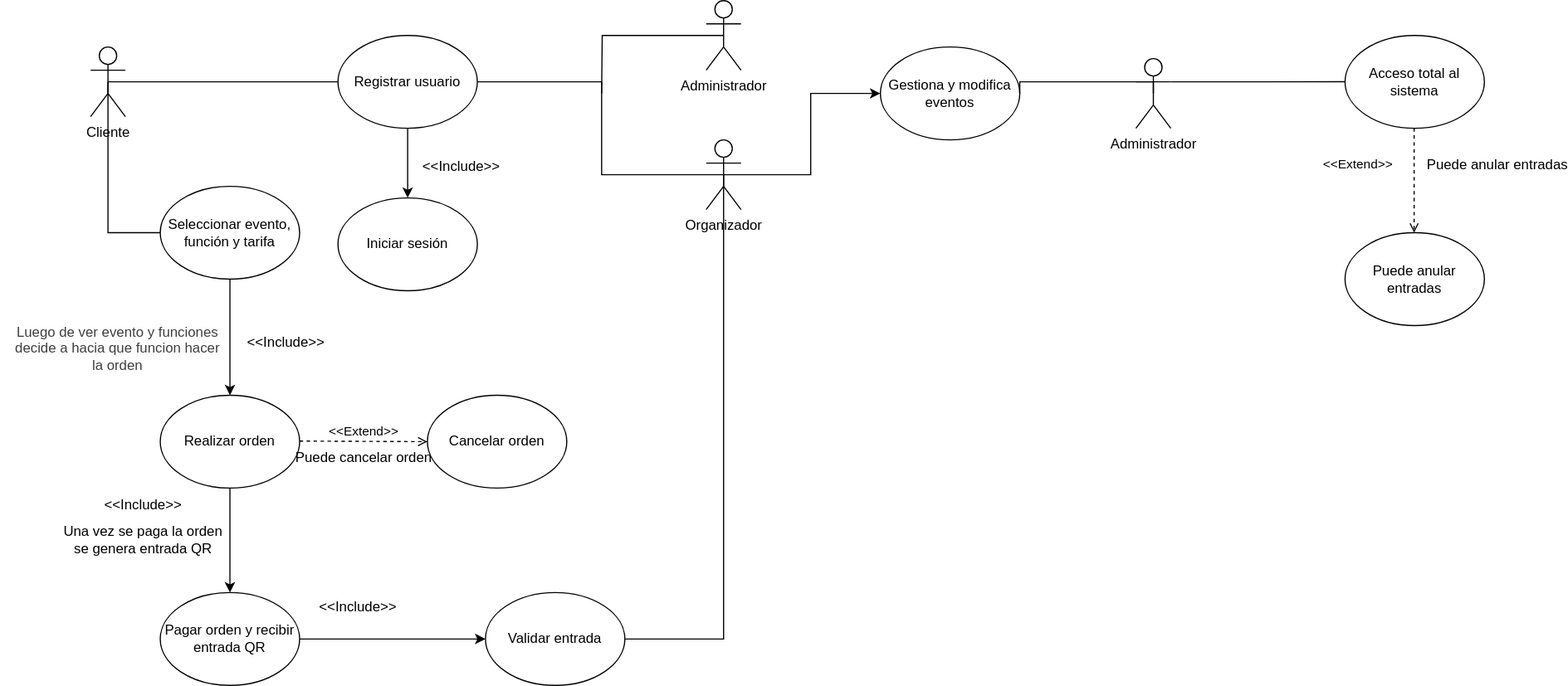
Earlier version of the draw.io export Proyecto/Doc/CasosDeUso.drawio.svg (MonkiCapo/AplicacionQR). Source tidied: cells renumbered, new cells last; positions are measured from the earlier drawing's top-left corner, leaving out a move shared by most shapes.
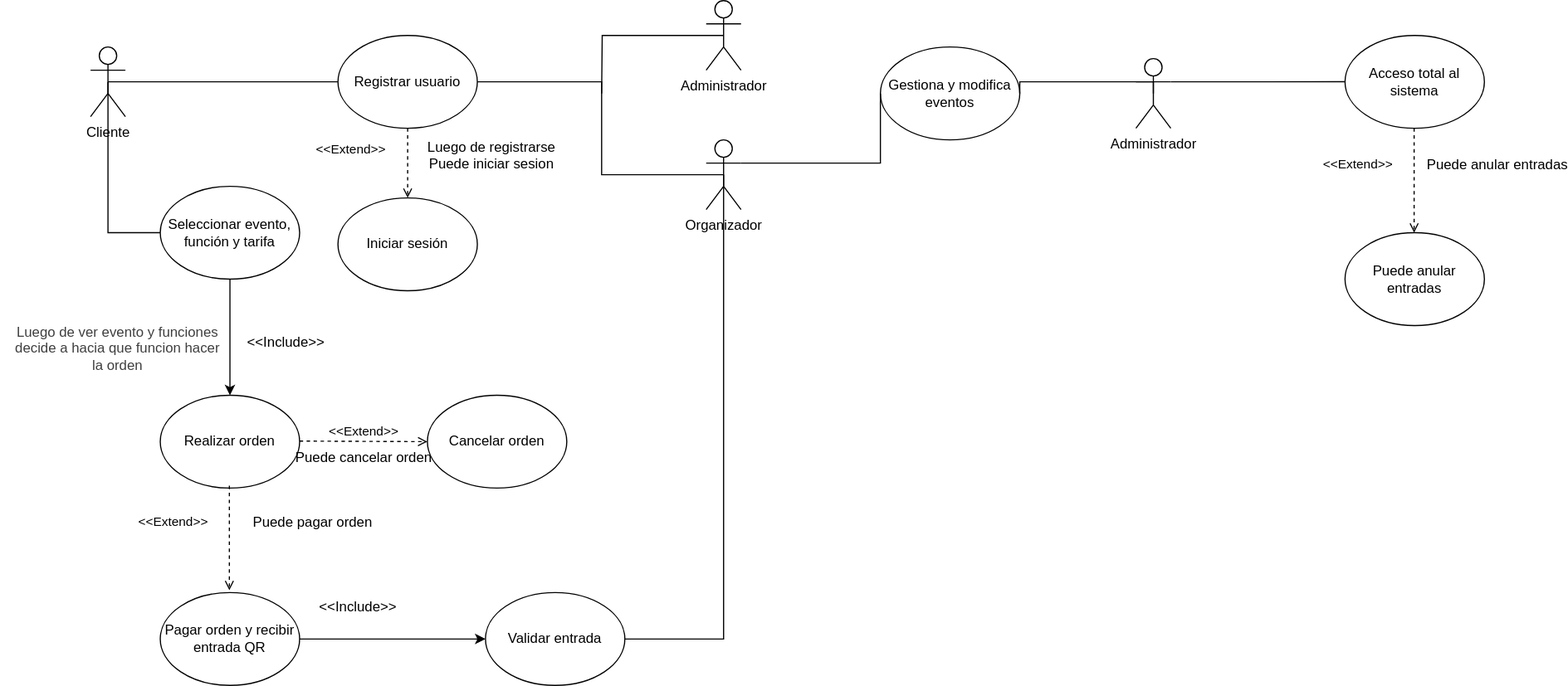
Later version of the same file.

Commit message:
Asegurando casos de uso

The edit, as a diff of the source:
```diff
@@ -17,9 +17,6 @@
         </Array>
       </mxGeometry>
     </mxCell>
-    <mxCell id="4" style="edgeStyle=orthogonalEdgeStyle;rounded=0;jettySize=auto;html=1;entryX=0;entryY=0.5;entryDx=0;entryDy=0;exitX=0.5;exitY=0.5;exitDx=0;exitDy=0;exitPerimeter=0;" parent="1" edge="1" source="5" target="21">
-      <mxGeometry relative="1" as="geometry" />
-    </mxCell>
     <mxCell id="5" value="&lt;div&gt;Organizador&lt;/div&gt;&lt;div&gt;&lt;br&gt;&lt;/div&gt;" style="shape=umlActor;verticalLabelPosition=bottom;verticalAlign=top;html=1;outlineConnect=0;" parent="1" vertex="1">
       <mxGeometry x="607" y="120" width="30" height="60" as="geometry" />
     </mxCell>
@@ -45,11 +42,6 @@
     <mxCell id="10" value="Administrador" style="shape=umlActor;verticalLabelPosition=bottom;verticalAlign=top;html=1;outlineConnect=0;" parent="1" vertex="1">
       <mxGeometry x="607" width="30" height="60" as="geometry" />
     </mxCell>
-    <mxCell id="11" style="edgeStyle=orthogonalEdgeStyle;rounded=0;jettySize=auto;html=1;exitX=0.5;exitY=1;exitDx=0;exitDy=0;" parent="1" edge="1" source="12">
-      <mxGeometry relative="1" as="geometry">
-        <mxPoint x="350" y="170" as="targetPoint" />
-      </mxGeometry>
-    </mxCell>
     <mxCell id="12" value="Registrar usuario" style="ellipse;whiteSpace=wrap;html=1;" parent="1" vertex="1">
       <mxGeometry x="290" y="30" width="120" height="80" as="geometry" />
     </mxCell>
@@ -64,9 +56,6 @@
     <mxCell id="15" value="&lt;div&gt;Seleccionar evento, función y tarifa&lt;/div&gt;" style="ellipse;whiteSpace=wrap;html=1;" parent="1" vertex="1">
       <mxGeometry x="137" y="160" width="120" height="80" as="geometry" />
     </mxCell>
-    <mxCell id="16" style="edgeStyle=orthogonalEdgeStyle;rounded=0;jettySize=auto;html=1;exitX=0.5;exitY=1;exitDx=0;exitDy=0;entryX=0.5;entryY=0;entryDx=0;entryDy=0;" parent="1" edge="1" source="17" target="19">
-      <mxGeometry relative="1" as="geometry" />
-    </mxCell>
     <mxCell id="17" value="Realizar orden" style="ellipse;whiteSpace=wrap;html=1;" parent="1" vertex="1">
       <mxGeometry x="137" y="340" width="120" height="80" as="geometry" />
     </mxCell>
@@ -106,21 +95,12 @@
     <mxCell id="27" value="Cancelar orden" style="ellipse;whiteSpace=wrap;html=1;" parent="1" vertex="1">
       <mxGeometry x="367" y="340" width="120" height="80" as="geometry" />
     </mxCell>
-    <mxCell id="28" value="&amp;lt;&amp;lt;Include&amp;gt;&amp;gt;" style="text;html=1;align=center;verticalAlign=middle;strokeColor=none;fillColor=none;" parent="1" vertex="1">
-      <mxGeometry x="351" y="128" width="90" height="30" as="geometry" />
-    </mxCell>
     <mxCell id="29" value="&amp;lt;&amp;lt;Include&amp;gt;&amp;gt;" style="text;html=1;align=center;verticalAlign=middle;strokeColor=none;fillColor=none;" parent="1" vertex="1">
       <mxGeometry x="200" y="280" width="90" height="30" as="geometry" />
     </mxCell>
     <mxCell id="30" value="&lt;span style=&quot;color: rgb(63, 63, 63);&quot;&gt;Luego de ver evento y funciones&lt;br&gt;decide a hacia que funcion hacer&lt;br&gt;la orden&lt;/span&gt;" style="text;html=1;align=center;verticalAlign=middle;strokeColor=none;fillColor=none;" parent="1" vertex="1">
       <mxGeometry y="270" width="200" height="60" as="geometry" />
     </mxCell>
-    <mxCell id="31" value="&amp;lt;&amp;lt;Include&amp;gt;&amp;gt;" style="text;html=1;align=center;verticalAlign=middle;strokeColor=none;fillColor=none;" parent="1" vertex="1">
-      <mxGeometry x="77" y="420" width="90" height="30" as="geometry" />
-    </mxCell>
-    <mxCell id="32" value="Una vez se paga la orden&lt;br&gt;se genera entrada QR" style="text;html=1;align=center;verticalAlign=middle;strokeColor=none;fillColor=none;" parent="1" vertex="1">
-      <mxGeometry x="42" y="445" width="160" height="40" as="geometry" />
-    </mxCell>
     <mxCell id="33" value="&amp;lt;&amp;lt;Include&amp;gt;&amp;gt;" style="text;html=1;align=center;verticalAlign=middle;strokeColor=none;fillColor=none;" parent="1" vertex="1">
       <mxGeometry x="262" y="508" width="90" height="30" as="geometry" />
     </mxCell>
@@ -144,5 +124,31 @@
         <mxPoint x="71" y="-27" as="offset" />
       </mxGeometry>
     </mxCell>
+    <mxCell id="38" value="&amp;lt;&amp;lt;Extend&amp;gt;&amp;gt;" style="endArrow=open;html=1;rounded=0;align=center;verticalAlign=bottom;dashed=1;endFill=0;labelBackgroundColor=none;entryX=0.5;entryY=0;entryDx=0;entryDy=0;exitX=0.5;exitY=1;exitDx=0;exitDy=0;" parent="1" edge="1">
+      <mxGeometry x="-0.11" y="-49" relative="1" as="geometry">
+        <mxPoint x="196.5" y="418" as="sourcePoint" />
+        <mxPoint x="196.5" y="508" as="targetPoint" />
+      </mxGeometry>
+    </mxCell>
+    <mxCell id="39" value="Puede pagar orden" style="html=1;align=center;verticalAlign=top;labelBackgroundColor=none;" parent="38" vertex="1">
+      <mxGeometry relative="1" as="geometry">
+        <mxPoint x="71" y="-27" as="offset" />
+      </mxGeometry>
+    </mxCell>
+    <mxCell id="40" style="edgeStyle=orthogonalEdgeStyle;rounded=0;jettySize=auto;html=1;exitX=0;exitY=0.5;exitDx=0;exitDy=0;entryX=1;entryY=0.3333333333333333;entryDx=0;entryDy=0;endArrow=none;endFill=0;entryPerimeter=0;" parent="1" edge="1" source="21" target="5">
+      <mxGeometry relative="1" as="geometry">
+        <Array as="points">
+          <mxPoint x="757" y="140" />
+        </Array>
+      </mxGeometry>
+    </mxCell>
+    <mxCell id="41" value="&amp;lt;&amp;lt;Extend&amp;gt;&amp;gt;" style="endArrow=open;html=1;rounded=0;align=center;verticalAlign=bottom;dashed=1;endFill=0;labelBackgroundColor=none;entryX=0.5;entryY=0;entryDx=0;entryDy=0;exitX=0.5;exitY=1;exitDx=0;exitDy=0;" parent="1" edge="1" source="12" target="13">
+      <mxGeometry x="-0.11" y="-49" relative="1" as="geometry" />
+    </mxCell>
+    <mxCell id="42" value="Luego de registrarse&lt;div&gt;Puede iniciar sesion&lt;/div&gt;" style="html=1;align=center;verticalAlign=top;labelBackgroundColor=none;" parent="41" vertex="1">
+      <mxGeometry relative="1" as="geometry">
+        <mxPoint x="71" y="-27" as="offset" />
+      </mxGeometry>
+    </mxCell>
   </root>
 </mxGraphModel>
```
